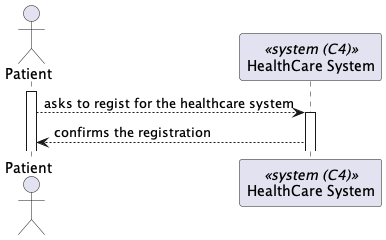
Above: docs/BackofficeUserRegister/views/level1/process-view.png in Lapr5G21/sem5pi-24-25-3ddg21 (PlantUML), before the change. The source it was exported from:
```plantuml
@startuml

actor Patient as "Patient"
participant SYS as "HealthCare System" <<system (C4)>>

activate Patient

Patient --> SYS : asks to regist for the healthcare system


activate SYS

SYS --> Patient : confirms the registration


@enduml
```
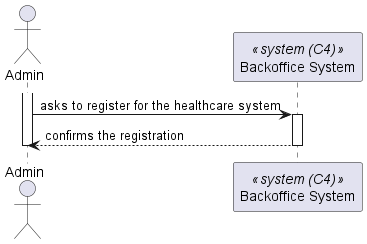
The same diagram one commit later.

Commit message:
Register User Diagrams Update

Diff of the diagram source:
```diff
@@ -1,16 +1,13 @@
 @startuml
 
-actor Patient as "Patient"
-participant SYS as "HealthCare System" <<system (C4)>>
+actor Admin as "Admin"
+participant SYS as "Backoffice System" <<system (C4)>>
 
-activate Patient
+activate Admin
+Admin -> SYS : asks to register for the healthcare system
+activate SYS
+SYS --> Admin : confirms the registration
 
-Patient --> SYS : asks to regist for the healthcare system
-
-
-activate SYS
-
-SYS --> Patient : confirms the registration
-
-
+deactivate SYS
+deactivate Admin
 @enduml
```
